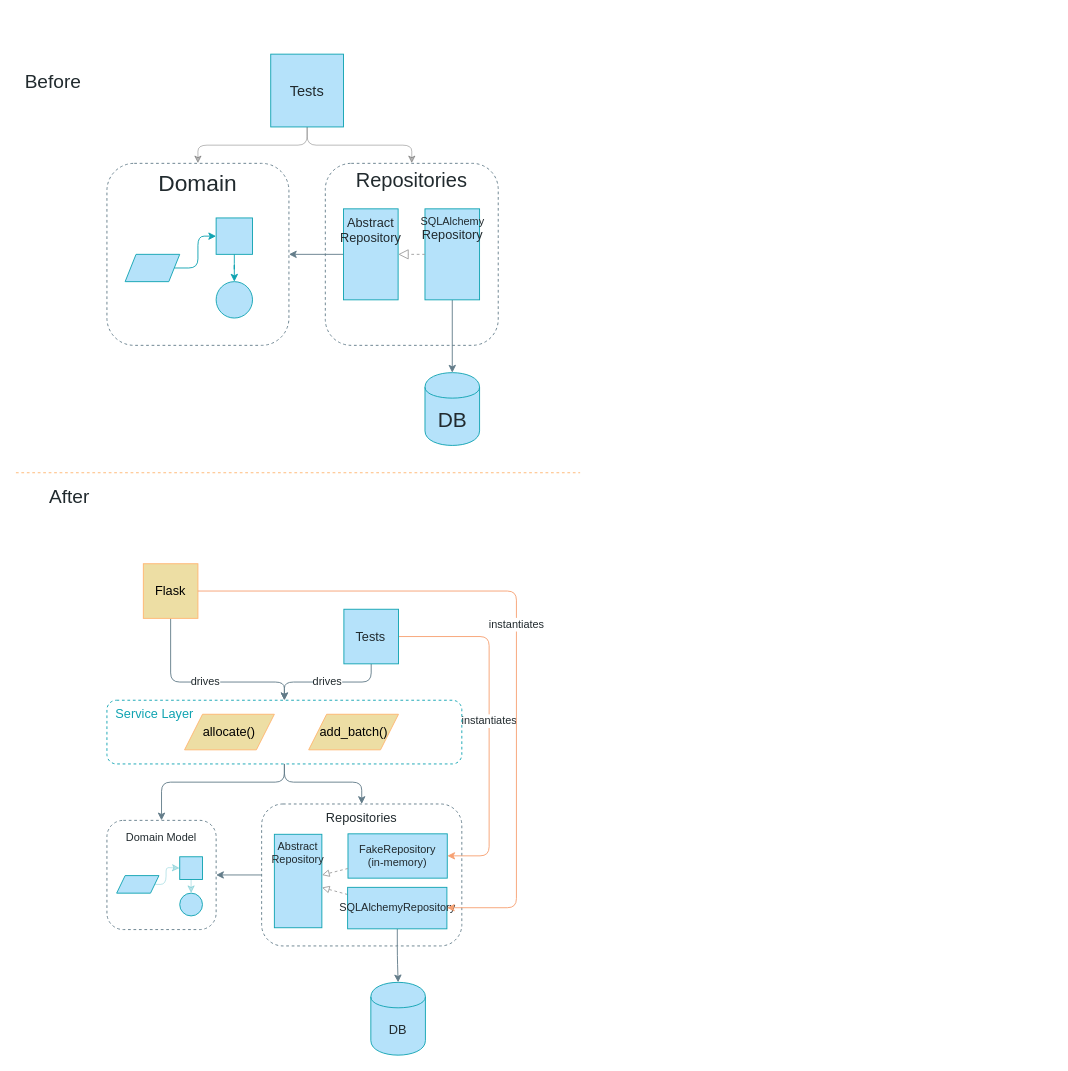
The draw.io diagram page "Chapter 4" (3 of 10) of maps.drawio in cosmicpython/book, before the edit. Source tidied: cells renumbered, new cells numbered last; positions are measured from the earlier drawing's top-left corner, leaving out a move shared by most shapes. Both pictures are drawn from the tidied source at 91%, with x=0, y=0 at pixel (15, 54).
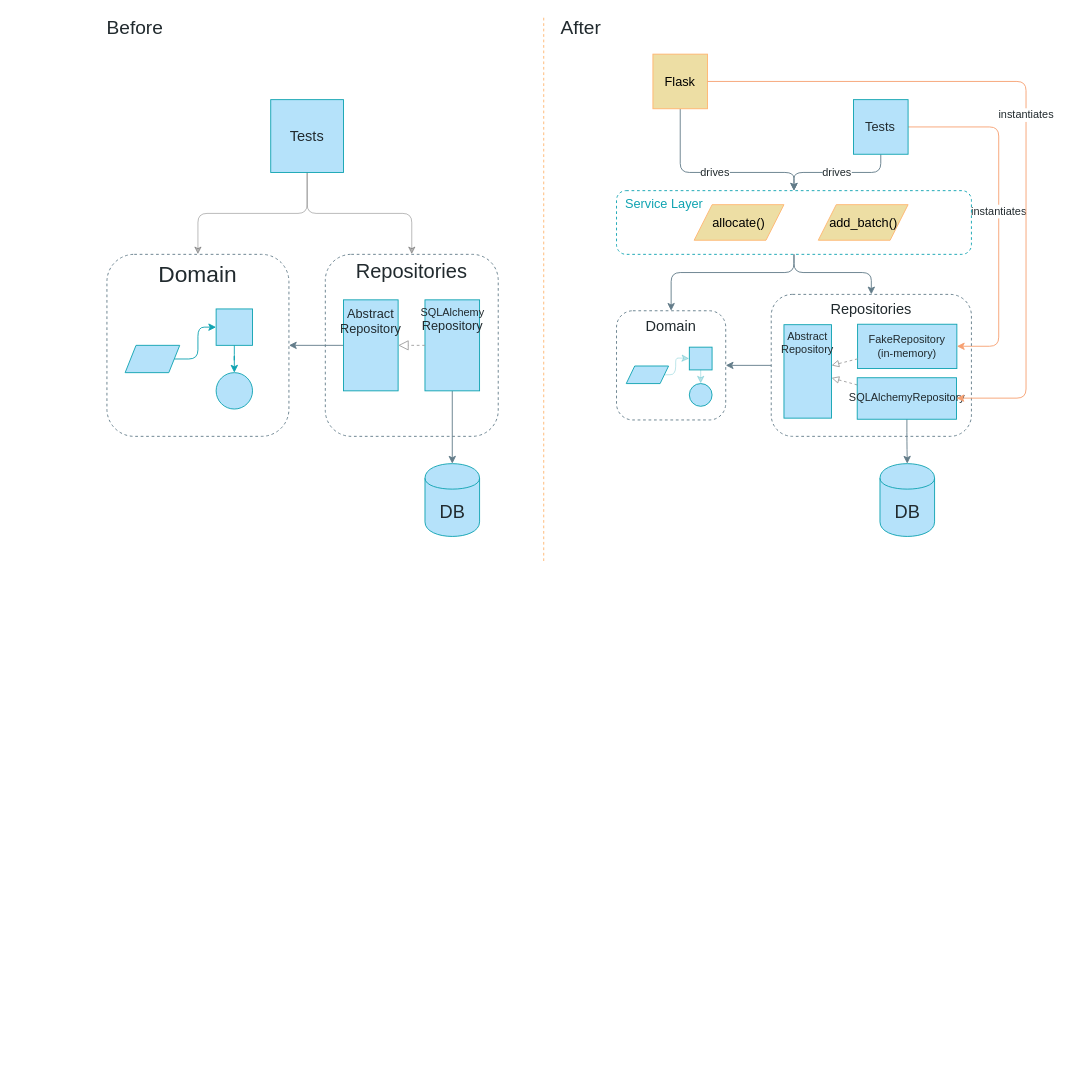
The same page after the edit.

Change to the diagram source:
```diff
@@
     <mxCell id="2" style="endArrow=none;dashed=1;html=1;strokeColor=#FFB570;fillColor=#B5E2FA;fontFamily=Guardian Sans Cond Light;fontSize=21;fontColor=#212A2E;" parent="1" edge="1">
       <mxGeometry relative="1" as="geometry">
-        <mxPoint y="460" as="sourcePoint" />
-        <mxPoint x="620" y="460" as="targetPoint" />
+        <mxPoint x="580" y="-40" as="sourcePoint" />
+        <mxPoint x="580" y="560" as="targetPoint" />
       </mxGeometry>
     </mxCell>
     <mxCell id="3" value="After" style="text;html=1;strokeColor=none;fillColor=none;align=center;verticalAlign=middle;whiteSpace=wrap;rounded=0;fontFamily=Guardian Sans Cond Light;fontSize=21;fontColor=#212A2E;" parent="1" vertex="1">
-      <mxGeometry x="28" y="476" width="62" height="20" as="geometry" />
+      <mxGeometry x="590" y="-40" width="62" height="20" as="geometry" />
     </mxCell>
     <mxCell id="4" value="Before" style="text;html=1;strokeColor=none;fillColor=none;align=center;verticalAlign=middle;whiteSpace=wrap;rounded=0;fontFamily=Guardian Sans Cond Light;fontSize=21;fontColor=#212A2E;" parent="1" vertex="1">
-      <mxGeometry x="10" y="20" width="62" height="20" as="geometry" />
+      <mxGeometry x="100" y="-40" width="62" height="20" as="geometry" />
     </mxCell>
@@
     <mxCell id="7" value="Tests" style="whiteSpace=wrap;html=1;strokeColor=#0FA3B1;fillColor=#B5E2FA;gradientColor=none;fontFamily=Guardian Sans Cond Light;fontSize=16;fontColor=#212A2E;" parent="1" vertex="1">
-      <mxGeometry x="280" width="80" height="80" as="geometry" />
+      <mxGeometry x="280" y="50" width="80" height="80" as="geometry" />
     </mxCell>
-    <mxCell id="8" value="DB" style="shape=cylinder;whiteSpace=wrap;html=1;boundedLbl=1;backgroundOutline=1;strokeColor=#0FA3B1;fillColor=#B5E2FA;fontSize=14;fontColor=#212A2E;gradientColor=none;fontFamily=Guardian Sans Cond Light;" parent="1" vertex="1">
-      <mxGeometry x="390" y="1020" width="60" height="80" as="geometry" />
+    <mxCell id="8" value="DB" style="shape=cylinder;whiteSpace=wrap;html=1;boundedLbl=1;backgroundOutline=1;strokeColor=#0FA3B1;fillColor=#B5E2FA;fontSize=20;fontColor=#212A2E;gradientColor=none;fontFamily=Guardian Sans Cond Light;" parent="1" vertex="1">
+      <mxGeometry x="949.5" y="450" width="60" height="80" as="geometry" />
     </mxCell>
@@
     <mxCell id="10" value="drives" style="edgeStyle=orthogonalEdgeStyle;jettySize=auto;html=1;strokeColor=#637C89;fillColor=#B5E2FA;fontFamily=Guardian Sans Cond Light;fontSize=12;fontColor=#212A2E;" parent="1" edge="1" source="11" target="25">
       <mxGeometry relative="1" as="geometry">
         <Array as="points">
-          <mxPoint x="170" y="690" />
-          <mxPoint x="295" y="690" />
+          <mxPoint x="730" y="130" />
+          <mxPoint x="855" y="130" />
         </Array>
       </mxGeometry>
     </mxCell>
     <mxCell id="11" value="Flask" style="whiteSpace=wrap;html=1;strokeColor=#FFB570;fillColor=#EDDEA4;gradientColor=none;fontFamily=Guardian Sans Cond Light;fontSize=14;fontColor=#000000;" parent="1" vertex="1">
-      <mxGeometry x="140" y="560" width="60" height="60" as="geometry" />
+      <mxGeometry x="700" width="60" height="60" as="geometry" />
     </mxCell>
@@
     <mxCell id="13" value="instantiates" style="edgeStyle=orthogonalEdgeStyle;jettySize=auto;html=1;strokeColor=#F7A072;fillColor=#f5f5f5;fontFamily=Guardian Sans Cond Light;fontSize=12;fontColor=#212A2E;exitX=1;exitY=0.5;exitDx=0;exitDy=0;" parent="1" edge="1" source="14" target="18">
       <mxGeometry relative="1" as="geometry">
         <Array as="points">
-          <mxPoint x="520" y="640" />
-          <mxPoint x="520" y="881" />
+          <mxPoint x="1080" y="80" />
+          <mxPoint x="1080" y="321" />
         </Array>
       </mxGeometry>
     </mxCell>
     <mxCell id="14" value="Tests" style="whiteSpace=wrap;html=1;strokeColor=#0FA3B1;fillColor=#B5E2FA;gradientColor=none;fontFamily=Guardian Sans Cond Light;fontSize=14;fontColor=#212A2E;" parent="1" vertex="1">
-      <mxGeometry x="360.4" y="610" width="60" height="60" as="geometry" />
+      <mxGeometry x="920.4" y="50" width="60" height="60" as="geometry" />
     </mxCell>
@@
-    <mxCell id="16" value="&lt;font style=&quot;font-size: 14px&quot; color=&quot;#212A2E&quot;&gt;Repositories&lt;/font&gt;" style="whiteSpace=wrap;html=1;strokeColor=#637C89;fillColor=none;gradientColor=none;fontFamily=Guardian Sans Cond Light;fontSize=12;fontColor=#000000;verticalAlign=top;rounded=1;dashed=1;" parent="1" vertex="1">
-      <mxGeometry x="270" y="824" width="220" height="156" as="geometry" />
+    <mxCell id="16" value="&lt;font style=&quot;font-size: 16px&quot; color=&quot;#212A2E&quot;&gt;Repositories&lt;/font&gt;" style="whiteSpace=wrap;html=1;strokeColor=#637C89;fillColor=none;gradientColor=none;fontFamily=Guardian Sans Cond Light;fontSize=12;fontColor=#000000;verticalAlign=top;rounded=1;dashed=1;" parent="1" vertex="1">
+      <mxGeometry x="830" y="264" width="220" height="156" as="geometry" />
     </mxCell>
     <mxCell id="17" value="&lt;div&gt;Abstract&lt;/div&gt;&lt;div&gt;Repository&lt;br&gt;&lt;/div&gt;" style="whiteSpace=wrap;html=1;strokeColor=#0FA3B1;fillColor=#B5E2FA;gradientColor=none;fontFamily=Guardian Sans Cond Light;fontSize=12;fontColor=#212A2E;verticalAlign=top;" parent="1" vertex="1">
-      <mxGeometry x="284" y="857.3" width="52.2" height="102.7" as="geometry" />
+      <mxGeometry x="844" y="297.3" width="52.2" height="102.7" as="geometry" />
     </mxCell>
     <mxCell id="18" value="&lt;div&gt;FakeRepository&lt;/div&gt;&lt;div&gt;(in-memory)&lt;br&gt;&lt;/div&gt;" style="whiteSpace=wrap;html=1;strokeColor=#0FA3B1;fillColor=#B5E2FA;gradientColor=none;fontFamily=Guardian Sans Cond Light;fontSize=12;fontColor=#212A2E;verticalAlign=middle;" parent="1" vertex="1">
-      <mxGeometry x="364.9" y="856.8" width="109.1" height="48.7" as="geometry" />
+      <mxGeometry x="924.9" y="296.8" width="109.1" height="48.7" as="geometry" />
     </mxCell>
@@
     <mxCell id="20" value="&lt;div&gt;SQLAlchemyRepository&lt;br&gt;&lt;/div&gt;" style="whiteSpace=wrap;html=1;strokeColor=#0FA3B1;fillColor=#B5E2FA;gradientColor=none;fontFamily=Guardian Sans Cond Light;fontSize=12;fontColor=#212A2E;verticalAlign=middle;" parent="1" vertex="1">
-      <mxGeometry x="364.5" y="915.6" width="109.1" height="45.6" as="geometry" />
+      <mxGeometry x="924.5" y="355.6" width="109.1" height="45.6" as="geometry" />
     </mxCell>
@@
     <mxCell id="22" value="instantiates" style="edgeStyle=orthogonalEdgeStyle;jettySize=auto;html=1;strokeColor=#F7A072;fillColor=#f5f5f5;fontFamily=Guardian Sans Cond Light;fontSize=12;fontColor=#212A2E;exitX=1;exitY=0.5;exitDx=0;exitDy=0;" parent="1" edge="1" source="11" target="20">
       <mxGeometry relative="1" as="geometry">
         <Array as="points">
-          <mxPoint x="550" y="590" />
-          <mxPoint x="550" y="938" />
+          <mxPoint x="1110" y="30" />
+          <mxPoint x="1110" y="378" />
         </Array>
       </mxGeometry>
     </mxCell>
     <mxCell id="23" style="edgeStyle=orthogonalEdgeStyle;rounded=1;jumpStyle=arc;jettySize=auto;html=1;fontSize=12;entryX=0.5;entryY=0;entryDx=0;entryDy=0;fontFamily=Guardian Sans Cond Light;fontColor=#212A2E;strokeColor=#637C89;fillColor=#B5E2FA;" parent="1" edge="1" source="25" target="29">
       <mxGeometry relative="1" as="geometry">
         <Array as="points">
-          <mxPoint x="295" y="800" />
-          <mxPoint x="160" y="800" />
+          <mxPoint x="855" y="240" />
+          <mxPoint x="720" y="240" />
         </Array>
       </mxGeometry>
     </mxCell>
     <mxCell id="24" style="edgeStyle=orthogonalEdgeStyle;rounded=1;jumpStyle=arc;jettySize=auto;html=1;fontSize=12;fontFamily=Guardian Sans Cond Light;fontColor=#212A2E;strokeColor=#637C89;fillColor=#B5E2FA;" parent="1" edge="1" source="25" target="16">
       <mxGeometry relative="1" as="geometry">
         <Array as="points">
-          <mxPoint x="295" y="800" />
-          <mxPoint x="380" y="800" />
+          <mxPoint x="855" y="240" />
+          <mxPoint x="940" y="240" />
         </Array>
       </mxGeometry>
     </mxCell>
     <mxCell id="25" value="&amp;nbsp; Service Layer" style="rounded=1;whiteSpace=wrap;html=1;fontFamily=Guardian Sans Cond Light;verticalAlign=top;fontSize=14;fontColor=#0FA3B1;fillColor=none;strokeColor=#0FA3B1;fontStyle=0;dashed=1;align=left;" parent="1" vertex="1">
-      <mxGeometry x="100" y="710" width="390" height="70" as="geometry" />
+      <mxGeometry x="660" y="150" width="390" height="70" as="geometry" />
     </mxCell>
     <mxCell id="26" value="allocate()" style="shape=parallelogram;perimeter=parallelogramPerimeter;whiteSpace=wrap;html=1;fontFamily=Guardian Sans Cond Light;fontSize=14;fontColor=#000000;align=center;strokeColor=#FFB570;fillColor=#EDDEA4;" parent="1" vertex="1">
-      <mxGeometry x="185.3" y="725.4" width="98.7" height="39.1" as="geometry" />
+      <mxGeometry x="745.3" y="165.4" width="98.7" height="39.1" as="geometry" />
     </mxCell>
     <mxCell id="27" value="add_batch()" style="shape=parallelogram;perimeter=parallelogramPerimeter;whiteSpace=wrap;html=1;fontFamily=Guardian Sans Cond Light;fontSize=14;fontColor=#000000;align=center;strokeColor=#FFB570;fillColor=#EDDEA4;" parent="1" vertex="1">
-      <mxGeometry x="321.7" y="725.4" width="98.7" height="39.1" as="geometry" />
+      <mxGeometry x="881.7" y="165.4" width="98.7" height="39.1" as="geometry" />
     </mxCell>
-    <mxCell id="28" style="group;" parent="1" vertex="1">
-      <mxGeometry x="100" y="842" width="120" height="120" as="geometry" />
-    </mxCell>
-    <mxCell id="29" value="&lt;font style=&quot;font-size: 12px&quot;&gt;Domain Model&lt;/font&gt;" style="rounded=1;whiteSpace=wrap;html=1;fontFamily=Guardian Sans Cond Light;verticalAlign=top;fontSize=18;fontColor=#212A2E;fillColor=none;strokeColor=#637C89;dashed=1;" parent="28" vertex="1">
-      <mxGeometry width="120" height="120" as="geometry" />
-    </mxCell>
-    <mxCell id="30" style="whiteSpace=wrap;html=1;fontSize=22;strokeColor=#0FA3B1;fillColor=#B5E2FA;fontFamily=Guardian Sans Cond Light;" parent="28" vertex="1">
-      <mxGeometry x="80" y="40" width="25" height="25" as="geometry" />
-    </mxCell>
-    <mxCell id="31" style="ellipse;whiteSpace=wrap;html=1;fontSize=20;strokeColor=#0FA3B1;fillColor=#B5E2FA;fontFamily=Guardian Sans Cond Light;" parent="28" vertex="1">
-      <mxGeometry x="80" y="80" width="25" height="25" as="geometry" />
-    </mxCell>
-    <mxCell id="32" style="edgeStyle=orthogonalEdgeStyle;jettySize=auto;html=1;fontSize=14;strokeColor=#0FA3B1;fillColor=#B5E2FA;opacity=30;exitX=0.5;exitY=1;exitDx=0;exitDy=0;entryX=0.5;entryY=0;entryDx=0;entryDy=0;" parent="28" edge="1" source="30" target="31">
-      <mxGeometry relative="1" as="geometry">
-        <Array as="points">
-          <mxPoint x="93" y="70" />
-          <mxPoint x="93" y="70" />
-        </Array>
-      </mxGeometry>
-    </mxCell>
-    <mxCell id="33" style="edgeStyle=orthogonalEdgeStyle;rounded=1;jettySize=auto;html=1;fontSize=14;strokeColor=#0FA3B1;entryX=0;entryY=0.5;entryDx=0;entryDy=0;exitX=1;exitY=0.5;exitDx=0;exitDy=0;opacity=30;" parent="28" edge="1" source="34" target="30">
-      <mxGeometry relative="1" as="geometry">
-        <Array as="points">
-          <mxPoint x="65" y="70" />
-          <mxPoint x="65" y="52" />
-          <mxPoint x="70" y="52" />
-        </Array>
-      </mxGeometry>
-    </mxCell>
-    <mxCell id="34" style="shape=parallelogram;perimeter=parallelogramPerimeter;whiteSpace=wrap;html=1;strokeColor=#0FA3B1;fillColor=#B5E2FA;fontFamily=Guardian Sans Cond Light;fontSize=22;align=center;" parent="28" vertex="1">
-      <mxGeometry x="10.7" y="60.7" width="46.5" height="19.3" as="geometry" />
-    </mxCell>
@@
     <mxCell id="36" value="&lt;font style=&quot;font-size: 22px;&quot; color=&quot;#212A2E&quot;&gt;Repositories&lt;/font&gt;" style="whiteSpace=wrap;html=1;strokeColor=#637C89;fillColor=none;gradientColor=none;fontFamily=Guardian Sans Cond Light;fontSize=22;fontColor=#000000;verticalAlign=top;rounded=1;dashed=1;" parent="1" vertex="1">
-      <mxGeometry x="340" y="120" width="190" height="200" as="geometry" />
+      <mxGeometry x="340" y="220" width="190" height="200" as="geometry" />
     </mxCell>
     <mxCell id="37" value="&lt;font style=&quot;font-size: 14px;&quot; color=&quot;#212A2E&quot;&gt;Abstract Repository&lt;br style=&quot;font-size: 14px;&quot;&gt;&lt;/font&gt;" style="whiteSpace=wrap;html=1;strokeColor=#0FA3B1;fillColor=#B5E2FA;gradientColor=none;fontFamily=Guardian Sans Cond Light;fontSize=14;fontColor=#212A2E;verticalAlign=top;" parent="1" vertex="1">
-      <mxGeometry x="360" y="170" width="60" height="100" as="geometry" />
+      <mxGeometry x="360" y="270" width="60" height="100" as="geometry" />
     </mxCell>
@@
     <mxCell id="39" value="SQLAlchemy&lt;br style=&quot;font-size: 12px&quot;&gt;&lt;font style=&quot;font-size: 14px&quot;&gt;Repository&lt;/font&gt;" style="whiteSpace=wrap;html=1;strokeColor=#0FA3B1;fillColor=#B5E2FA;gradientColor=none;fontFamily=Guardian Sans Cond Light;fontSize=12;fontColor=#212A2E;verticalAlign=top;" parent="1" vertex="1">
-      <mxGeometry x="449.5" y="170" width="60" height="100" as="geometry" />
+      <mxGeometry x="449.5" y="270" width="60" height="100" as="geometry" />
     </mxCell>
@@
-    <mxCell id="41" value="DB" style="shape=cylinder;whiteSpace=wrap;html=1;boundedLbl=1;backgroundOutline=1;strokeColor=#0FA3B1;fillColor=#B5E2FA;fontSize=23;fontColor=#212A2E;gradientColor=none;fontFamily=Guardian Sans Cond Light;" parent="1" vertex="1">
-      <mxGeometry x="449.5" y="350" width="60" height="80" as="geometry" />
+    <mxCell id="41" value="DB" style="shape=cylinder;whiteSpace=wrap;html=1;boundedLbl=1;backgroundOutline=1;strokeColor=#0FA3B1;fillColor=#B5E2FA;fontSize=20;fontColor=#212A2E;gradientColor=none;fontFamily=Guardian Sans Cond Light;" parent="1" vertex="1">
+      <mxGeometry x="449.5" y="450" width="60" height="80" as="geometry" />
     </mxCell>
     <mxCell id="42" style="group;" parent="1" vertex="1">
-      <mxGeometry x="100" y="120" width="200" height="200" as="geometry" />
+      <mxGeometry x="100" y="220" width="200" height="200" as="geometry" />
     </mxCell>
@@
+    <mxCell id="49" style="group;" parent="1" vertex="1">
+      <mxGeometry x="660" y="282" width="120" height="120" as="geometry" />
+    </mxCell>
+    <mxCell id="28" style="group;fontSize=16;" parent="49" vertex="1">
+      <mxGeometry width="120" height="120" as="geometry" />
+    </mxCell>
+    <mxCell id="29" value="&lt;font style=&quot;font-size: 16px&quot;&gt;Domain&lt;br&gt;&lt;/font&gt;" style="rounded=1;whiteSpace=wrap;html=1;fontFamily=Guardian Sans Cond Light;verticalAlign=top;fontSize=18;fontColor=#212A2E;fillColor=none;strokeColor=#637C89;dashed=1;" parent="28" vertex="1">
+      <mxGeometry width="120" height="120" as="geometry" />
+    </mxCell>
+    <mxCell id="30" style="whiteSpace=wrap;html=1;fontSize=22;strokeColor=#0FA3B1;fillColor=#B5E2FA;fontFamily=Guardian Sans Cond Light;" parent="28" vertex="1">
+      <mxGeometry x="80" y="40" width="25" height="25" as="geometry" />
+    </mxCell>
+    <mxCell id="31" style="ellipse;whiteSpace=wrap;html=1;fontSize=20;strokeColor=#0FA3B1;fillColor=#B5E2FA;fontFamily=Guardian Sans Cond Light;" parent="28" vertex="1">
+      <mxGeometry x="80" y="80" width="25" height="25" as="geometry" />
+    </mxCell>
+    <mxCell id="32" style="edgeStyle=orthogonalEdgeStyle;jettySize=auto;html=1;fontSize=14;strokeColor=#0FA3B1;fillColor=#B5E2FA;opacity=30;exitX=0.5;exitY=1;exitDx=0;exitDy=0;entryX=0.5;entryY=0;entryDx=0;entryDy=0;" parent="28" edge="1" source="30" target="31">
+      <mxGeometry relative="1" as="geometry">
+        <Array as="points">
+          <mxPoint x="93" y="70" />
+          <mxPoint x="93" y="70" />
+        </Array>
+      </mxGeometry>
+    </mxCell>
+    <mxCell id="33" style="edgeStyle=orthogonalEdgeStyle;rounded=1;jettySize=auto;html=1;fontSize=14;strokeColor=#0FA3B1;entryX=0;entryY=0.5;entryDx=0;entryDy=0;exitX=1;exitY=0.5;exitDx=0;exitDy=0;opacity=30;" parent="28" edge="1" source="34" target="30">
+      <mxGeometry relative="1" as="geometry">
+        <Array as="points">
+          <mxPoint x="65" y="70" />
+          <mxPoint x="65" y="52" />
+          <mxPoint x="70" y="52" />
+        </Array>
+      </mxGeometry>
+    </mxCell>
+    <mxCell id="34" style="shape=parallelogram;perimeter=parallelogramPerimeter;whiteSpace=wrap;html=1;strokeColor=#0FA3B1;fillColor=#B5E2FA;fontFamily=Guardian Sans Cond Light;fontSize=22;align=center;" parent="28" vertex="1">
+      <mxGeometry x="10.7" y="60.7" width="46.5" height="19.3" as="geometry" />
+    </mxCell>
```
